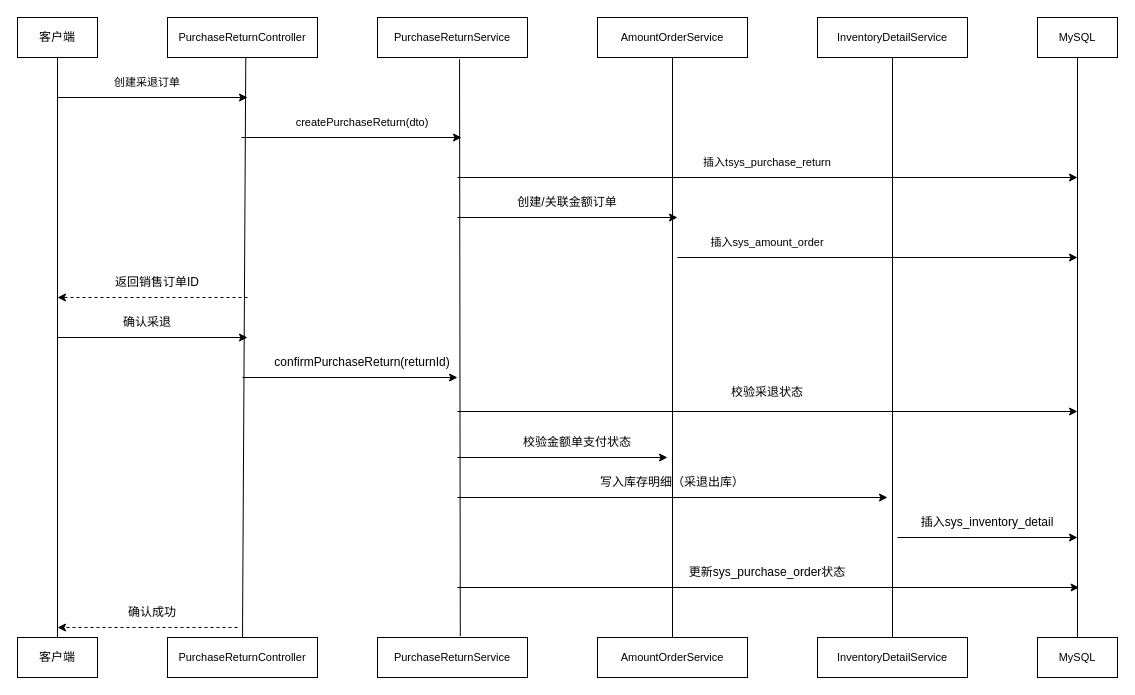
Before: draw.io/时序图/采退业务时序图.drawio in JokerPoor/--------, a draw.io diagram. Source tidied: cells renumbered, new cells numbered last; positions are measured from the earlier drawing's top-left corner, leaving out a move shared by most shapes. Both pictures are drawn from the tidied source at 100%, with x=0, y=0 at pixel (17, 17).
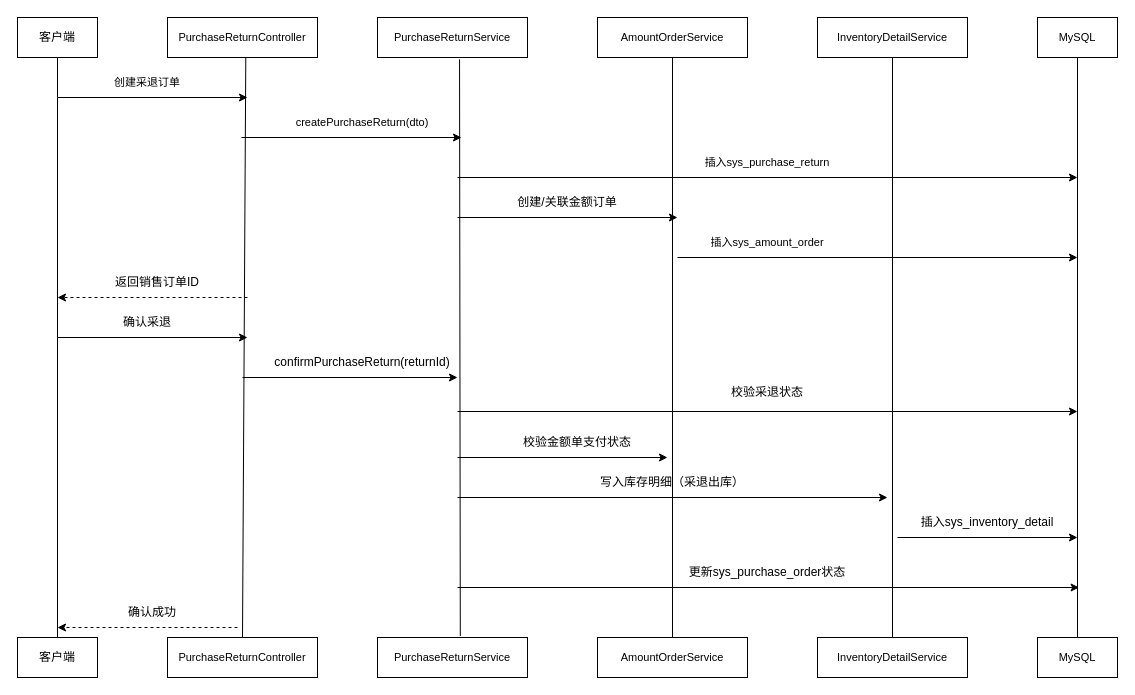
After the change.

Commit message (it also covers changes not shown here):
更新采退业务时序图.drawio

What changed in the source:
```diff
@@
-    <mxCell id="24" value="插入tsys_purchase_return" style="text;html=1;whiteSpace=wrap;strokeColor=none;fillColor=none;align=center;verticalAlign=middle;rounded=0;fontFamily=Helvetica;fontSize=11;fontColor=default;labelBackgroundColor=default;" parent="1" vertex="1">
+    <mxCell id="24" value="插入sys_purchase_return" style="text;html=1;whiteSpace=wrap;strokeColor=none;fillColor=none;align=center;verticalAlign=middle;rounded=0;fontFamily=Helvetica;fontSize=11;fontColor=default;labelBackgroundColor=default;" parent="1" vertex="1">
       <mxGeometry x="450" y="130" width="600" height="30" as="geometry" />
     </mxCell>
```
